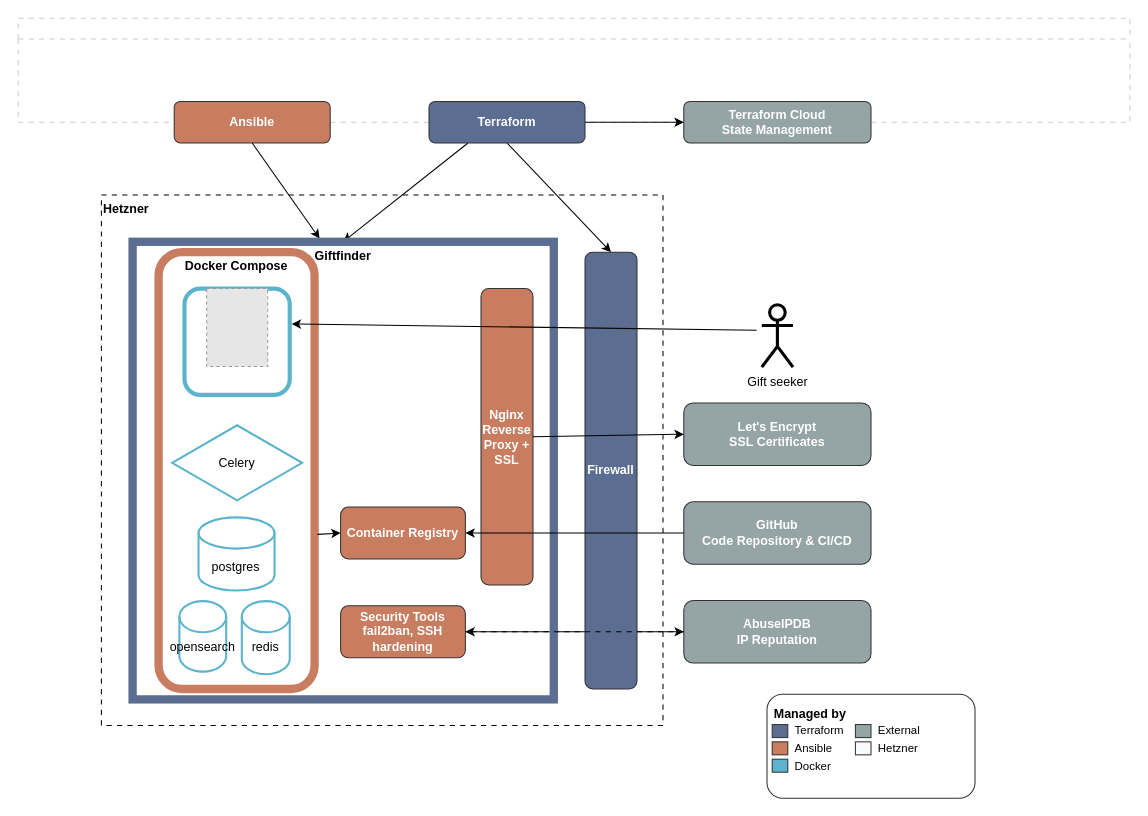
Before: docs/architecture.drawio in rednaw/iac, a draw.io diagram. Source tidied: cells renumbered, new cells numbered last; positions are measured from the earlier drawing's top-left corner, leaving out a move shared by most shapes. Both pictures are drawn from the tidied source at 104%, with x=0, y=0 at pixel (18, 18). Pictures stored in the file or linked from it are replaced by grey dashed boxes.
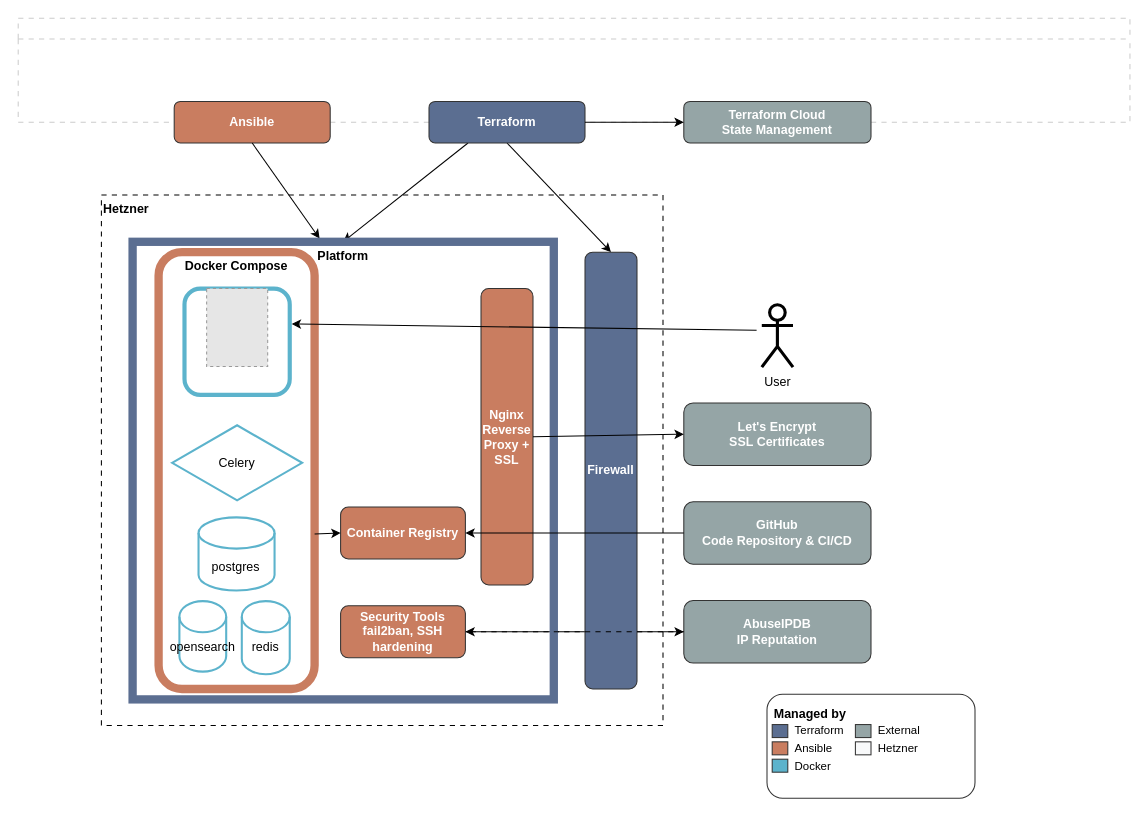
Above is the later version.

The change refers to these unchanged cells:
```xml
<mxCell id="17" value="Docker Compose" style="rounded=1;whiteSpace=wrap;html=1;fillColor=none;strokeColor=#C97D60;fontStyle=1;strokeWidth=8;fontColor=#000000;startSize=0;horizontal=1;verticalAlign=top;" parent="16" vertex="1">
  <mxGeometry x="25" y="10" width="150" height="420" as="geometry" />
</mxCell>
<mxCell id="25" value="Container Registry" style="rounded=1;whiteSpace=wrap;html=1;fillColor=#C97D60;strokeColor=#333333;fontColor=#FFFFFF;fontStyle=1;" parent="16" vertex="1">
  <mxGeometry x="200" y="255" width="120" height="50" as="geometry" />
</mxCell>
```

The edit, as a diff of the source:
```diff
@@
-    <mxCell id="13" value="Gift seeker&lt;br&gt;" style="shape=umlActor;verticalLabelPosition=bottom;verticalAlign=top;html=1;strokeWidth=3;" parent="1" vertex="1">
+    <mxCell id="13" value="User&lt;br&gt;" style="shape=umlActor;verticalLabelPosition=bottom;verticalAlign=top;html=1;strokeWidth=3;" parent="1" vertex="1">
       <mxGeometry x="715" y="275.5" width="30" height="60" as="geometry" />
     </mxCell>
@@
-    <mxCell id="16" value="Giftfinder" style="whiteSpace=wrap;html=1;fillColor=none;strokeColor=#5B6E91;fontColor=#000000;startSize=20;strokeWidth=8;verticalAlign=top;fontStyle=1;" parent="1" vertex="1">
+    <mxCell id="16" value="Platform" style="whiteSpace=wrap;html=1;fillColor=none;strokeColor=#5B6E91;fontColor=#000000;startSize=20;strokeWidth=8;verticalAlign=top;fontStyle=1;" parent="1" vertex="1">
       <mxGeometry x="110" y="215" width="405" height="440" as="geometry" />
     </mxCell>
@@
-    <mxCell id="26" style="endArrow=classic;html=1;rounded=0;entryX=0;entryY=0.5;entryDx=0;entryDy=0;exitX=1.018;exitY=0.646;exitDx=0;exitDy=0;exitPerimeter=0;" parent="16" edge="1" source="17" target="25">
+    <mxCell id="26" style="endArrow=classic;html=1;rounded=0;entryX=0;entryY=0.5;entryDx=0;entryDy=0;exitX=1;exitY=0.645;exitDx=0;exitDy=0;exitPerimeter=0;" parent="16" edge="1" source="17" target="25">
       <mxGeometry relative="1" as="geometry" />
     </mxCell>
```
